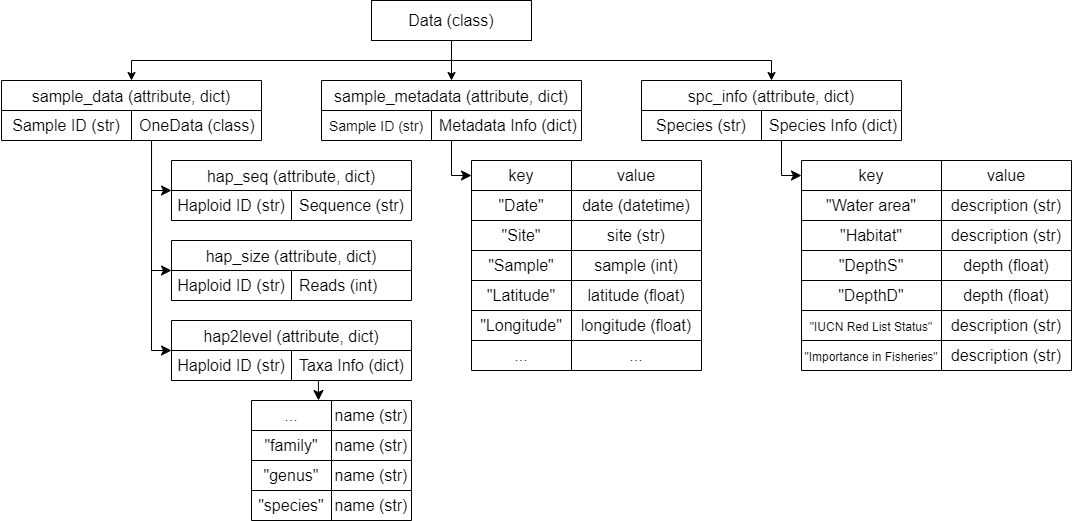
Earlier version of the draw.io export img/data.png (ComputationalAgronomy/ednabp). Source tidied: cells renumbered, new cells last; positions are measured from the earlier drawing's top-left corner, leaving out a move shared by most shapes.
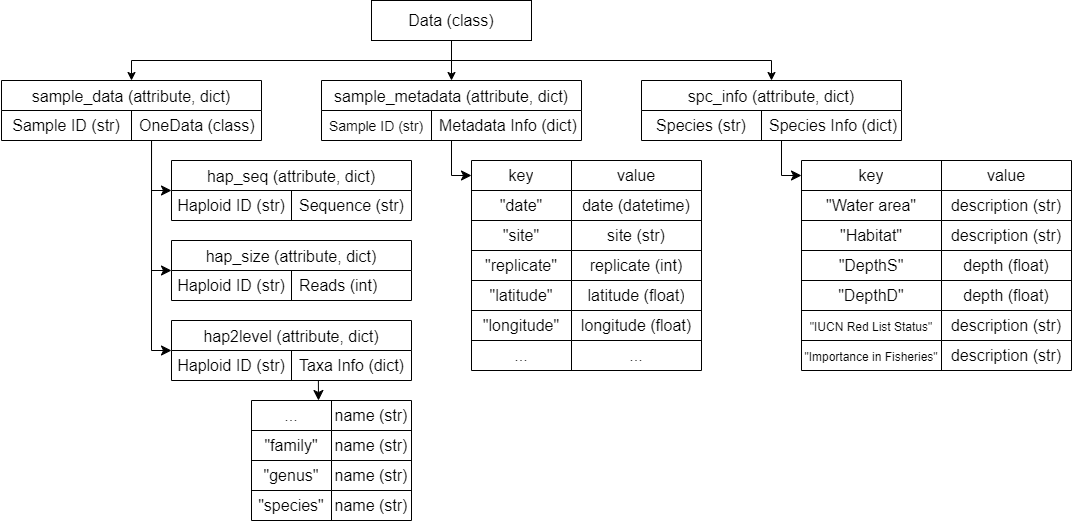
The same diagram one commit later.

Change to the diagram source:
```diff
@@ -89,7 +89,7 @@
     <mxCell id="30" style="shape=tableRow;horizontal=0;startSize=0;swimlaneHead=0;swimlaneBody=0;strokeColor=inherit;top=0;left=0;bottom=0;right=0;fillColor=none;fontSize=16;" parent="26" vertex="1">
       <mxGeometry y="30" width="230" height="30" as="geometry" />
     </mxCell>
-    <mxCell id="31" value="&quot;Date&quot;" style="shape=partialRectangle;html=1;whiteSpace=wrap;strokeColor=inherit;overflow=hidden;fillColor=none;top=0;left=0;bottom=0;right=0;fontSize=16;" parent="30" vertex="1">
+    <mxCell id="31" value="&quot;date&quot;" style="shape=partialRectangle;html=1;whiteSpace=wrap;strokeColor=inherit;overflow=hidden;fillColor=none;top=0;left=0;bottom=0;right=0;fontSize=16;" parent="30" vertex="1">
       <mxGeometry width="100" height="30" as="geometry" />
     </mxCell>
     <mxCell id="32" value="date (datetime)" style="shape=partialRectangle;html=1;whiteSpace=wrap;strokeColor=inherit;overflow=hidden;fillColor=none;top=0;left=0;bottom=0;right=0;fontSize=16;" parent="30" vertex="1">
@@ -98,7 +98,7 @@
     <mxCell id="33" style="shape=tableRow;horizontal=0;startSize=0;swimlaneHead=0;swimlaneBody=0;strokeColor=inherit;top=0;left=0;bottom=0;right=0;fillColor=none;fontSize=16;" parent="26" vertex="1">
       <mxGeometry y="60" width="230" height="30" as="geometry" />
     </mxCell>
-    <mxCell id="34" value="&quot;Site&quot;" style="shape=partialRectangle;html=1;whiteSpace=wrap;strokeColor=inherit;overflow=hidden;fillColor=none;top=0;left=0;bottom=0;right=0;fontSize=16;" parent="33" vertex="1">
+    <mxCell id="34" value="&quot;site&quot;" style="shape=partialRectangle;html=1;whiteSpace=wrap;strokeColor=inherit;overflow=hidden;fillColor=none;top=0;left=0;bottom=0;right=0;fontSize=16;" parent="33" vertex="1">
       <mxGeometry width="100" height="30" as="geometry" />
     </mxCell>
     <mxCell id="35" value="site (str)" style="shape=partialRectangle;html=1;whiteSpace=wrap;strokeColor=inherit;overflow=hidden;fillColor=none;top=0;left=0;bottom=0;right=0;fontSize=16;" parent="33" vertex="1">
@@ -107,16 +107,16 @@
     <mxCell id="36" style="shape=tableRow;horizontal=0;startSize=0;swimlaneHead=0;swimlaneBody=0;strokeColor=inherit;top=0;left=0;bottom=0;right=0;fillColor=none;fontSize=16;" parent="26" vertex="1">
       <mxGeometry y="90" width="230" height="30" as="geometry" />
     </mxCell>
-    <mxCell id="37" value="&quot;Sample&quot;" style="shape=partialRectangle;html=1;whiteSpace=wrap;strokeColor=inherit;overflow=hidden;fillColor=none;top=0;left=0;bottom=0;right=0;fontSize=16;" parent="36" vertex="1">
+    <mxCell id="37" value="&quot;replicate&quot;" style="shape=partialRectangle;html=1;whiteSpace=wrap;strokeColor=inherit;overflow=hidden;fillColor=none;top=0;left=0;bottom=0;right=0;fontSize=16;" parent="36" vertex="1">
       <mxGeometry width="100" height="30" as="geometry" />
     </mxCell>
-    <mxCell id="38" value="sample (int)" style="shape=partialRectangle;html=1;whiteSpace=wrap;strokeColor=inherit;overflow=hidden;fillColor=none;top=0;left=0;bottom=0;right=0;fontSize=16;" parent="36" vertex="1">
+    <mxCell id="38" value="replicate (int)" style="shape=partialRectangle;html=1;whiteSpace=wrap;strokeColor=inherit;overflow=hidden;fillColor=none;top=0;left=0;bottom=0;right=0;fontSize=16;" parent="36" vertex="1">
       <mxGeometry x="100" width="130" height="30" as="geometry" />
     </mxCell>
     <mxCell id="39" style="shape=tableRow;horizontal=0;startSize=0;swimlaneHead=0;swimlaneBody=0;strokeColor=inherit;top=0;left=0;bottom=0;right=0;fillColor=none;fontSize=16;" parent="26" vertex="1">
       <mxGeometry y="120" width="230" height="30" as="geometry" />
     </mxCell>
-    <mxCell id="40" value="&quot;Latitude&quot;" style="shape=partialRectangle;html=1;whiteSpace=wrap;strokeColor=inherit;overflow=hidden;fillColor=none;top=0;left=0;bottom=0;right=0;fontSize=16;" parent="39" vertex="1">
+    <mxCell id="40" value="&quot;latitude&quot;" style="shape=partialRectangle;html=1;whiteSpace=wrap;strokeColor=inherit;overflow=hidden;fillColor=none;top=0;left=0;bottom=0;right=0;fontSize=16;" parent="39" vertex="1">
       <mxGeometry width="100" height="30" as="geometry" />
     </mxCell>
     <mxCell id="41" value="latitude (float)" style="shape=partialRectangle;html=1;whiteSpace=wrap;strokeColor=inherit;overflow=hidden;fillColor=none;top=0;left=0;bottom=0;right=0;fontSize=16;" parent="39" vertex="1">
@@ -125,7 +125,7 @@
     <mxCell id="42" style="shape=tableRow;horizontal=0;startSize=0;swimlaneHead=0;swimlaneBody=0;strokeColor=inherit;top=0;left=0;bottom=0;right=0;fillColor=none;fontSize=16;" parent="26" vertex="1">
       <mxGeometry y="150" width="230" height="30" as="geometry" />
     </mxCell>
-    <mxCell id="43" value="&quot;Longitude&quot;" style="shape=partialRectangle;html=1;whiteSpace=wrap;strokeColor=inherit;overflow=hidden;fillColor=none;top=0;left=0;bottom=0;right=0;fontSize=16;" parent="42" vertex="1">
+    <mxCell id="43" value="&quot;longitude&quot;" style="shape=partialRectangle;html=1;whiteSpace=wrap;strokeColor=inherit;overflow=hidden;fillColor=none;top=0;left=0;bottom=0;right=0;fontSize=16;" parent="42" vertex="1">
       <mxGeometry width="100" height="30" as="geometry" />
     </mxCell>
     <mxCell id="44" value="longitude (float)" style="shape=partialRectangle;html=1;whiteSpace=wrap;strokeColor=inherit;overflow=hidden;fillColor=none;top=0;left=0;bottom=0;right=0;fontSize=16;" parent="42" vertex="1">
```
